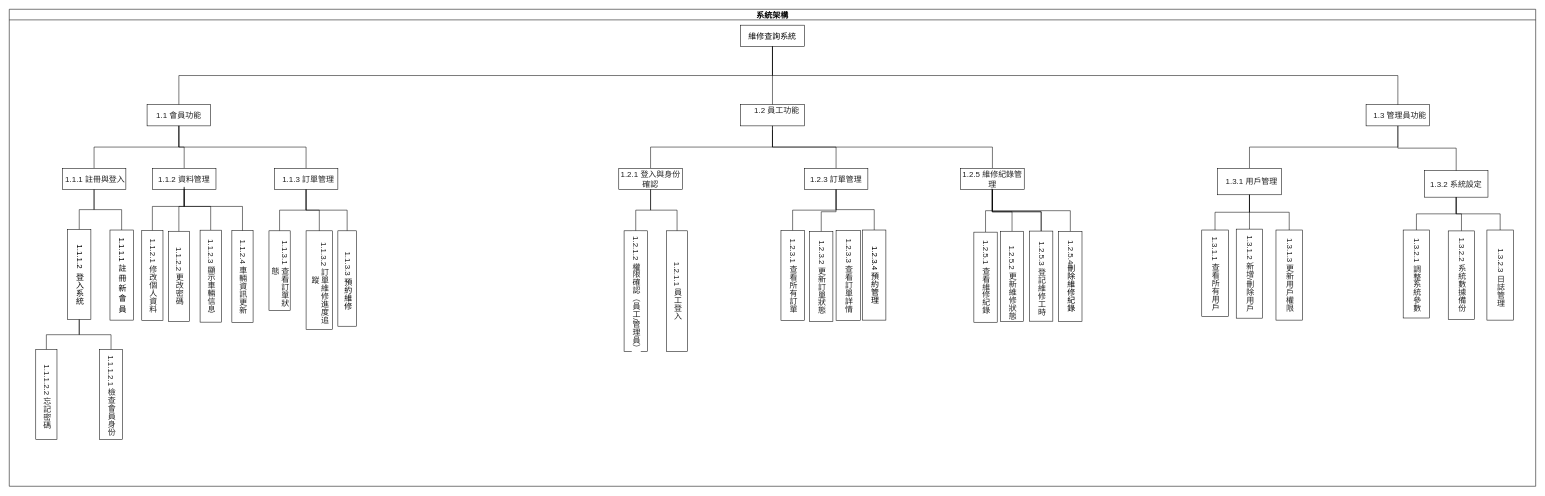
Above: 維修查詢系統架構圖.drawio in hak99101314/Maintenance-inquiry-system (draw.io), before the change. Source tidied: cells renumbered, new cells numbered last; positions are measured from the earlier drawing's top-left corner, leaving out a move shared by most shapes. Both pictures are drawn from the tidied source at 53%, with x=0, y=0 at pixel (9, 9).
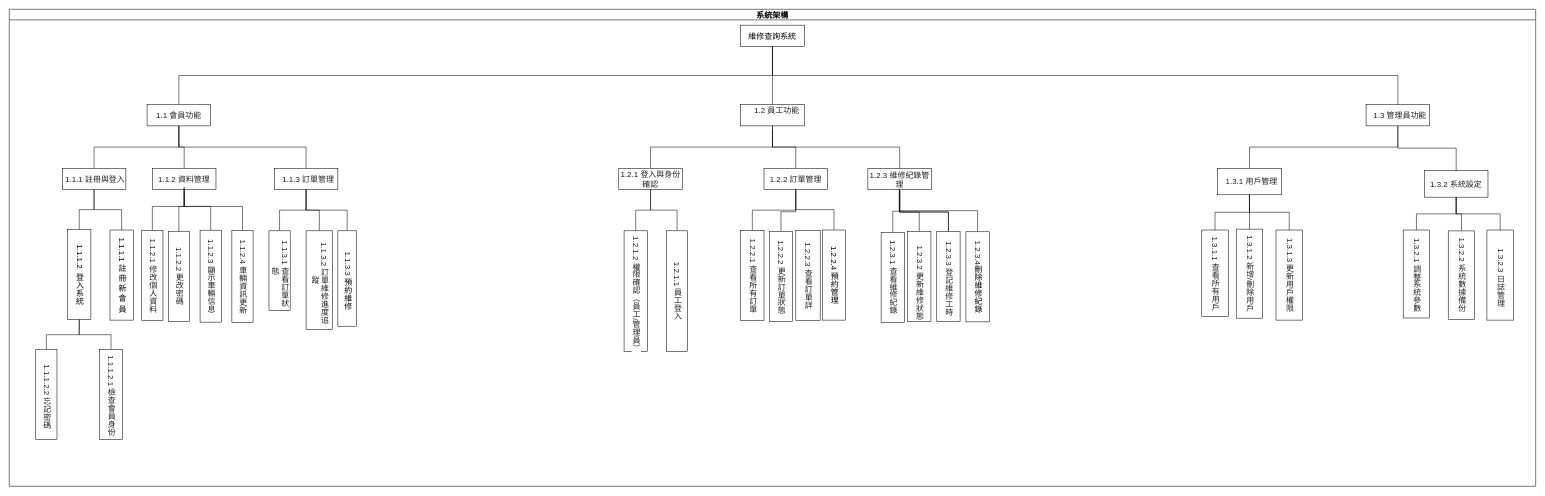
Above is the later version.

Commit message (it also covers changes not shown here):
更新維修查詢系統架構圖.drawio

The change refers to these unchanged cells:
```xml
<mxCell id="2" value="系統架構" style="swimlane;startSize=20;horizontal=1;containerType=tree;textShadow=0;fontSize=15;" parent="1" vertex="1">
  <mxGeometry width="2880" height="900" as="geometry" />
</mxCell>
```

What changed in the source:
```diff
@@
-    <mxCell id="31" value="&lt;span style=&quot;color: rgb(34, 34, 34); font-family: Arial, Helvetica, sans-serif; text-align: start; background-color: rgb(255, 255, 255);&quot;&gt;1.2.3 訂單管理&lt;/span&gt;" style="whiteSpace=wrap;html=1;newEdgeStyle={&quot;edgeStyle&quot;:&quot;elbowEdgeStyle&quot;,&quot;startArrow&quot;:&quot;none&quot;,&quot;endArrow&quot;:&quot;none&quot;};fontSize=15;" parent="2" vertex="1">
-      <mxGeometry x="1500" y="300" width="120" height="40" as="geometry" />
+    <mxCell id="31" value="&lt;span style=&quot;color: rgb(34, 34, 34); font-family: Arial, Helvetica, sans-serif; text-align: start; background-color: rgb(255, 255, 255);&quot;&gt;1.2.2 訂單管理&lt;/span&gt;" style="whiteSpace=wrap;html=1;newEdgeStyle={&quot;edgeStyle&quot;:&quot;elbowEdgeStyle&quot;,&quot;startArrow&quot;:&quot;none&quot;,&quot;endArrow&quot;:&quot;none&quot;};fontSize=15;" parent="2" vertex="1">
+      <mxGeometry x="1424" y="300" width="120" height="40" as="geometry" />
     </mxCell>
@@
-    <mxCell id="37" value="&lt;span style=&quot;color: rgb(34, 34, 34); font-family: Arial, Helvetica, sans-serif; text-align: start; background-color: rgb(255, 255, 255);&quot;&gt;1.2.3.1 查看所有訂單&lt;/span&gt;" style="whiteSpace=wrap;html=1;newEdgeStyle={&quot;edgeStyle&quot;:&quot;elbowEdgeStyle&quot;,&quot;startArrow&quot;:&quot;none&quot;,&quot;endArrow&quot;:&quot;none&quot;};textDirection=vertical-rl;fontSize=15;" parent="2" vertex="1">
-      <mxGeometry x="1456" y="417.5" width="44" height="170" as="geometry" />
+    <mxCell id="37" value="&lt;span style=&quot;color: rgb(34, 34, 34); font-family: Arial, Helvetica, sans-serif; text-align: start; background-color: rgb(255, 255, 255);&quot;&gt;1.2.2.1 查看所有訂單&lt;/span&gt;" style="whiteSpace=wrap;html=1;newEdgeStyle={&quot;edgeStyle&quot;:&quot;elbowEdgeStyle&quot;,&quot;startArrow&quot;:&quot;none&quot;,&quot;endArrow&quot;:&quot;none&quot;};textDirection=vertical-rl;fontSize=15;" parent="2" vertex="1">
+      <mxGeometry x="1380" y="417.5" width="44" height="170" as="geometry" />
     </mxCell>
     <mxCell id="38" style="edgeStyle=elbowEdgeStyle;rounded=0;jettySize=auto;html=1;elbow=vertical;startArrow=none;endArrow=none;entryX=0.5;entryY=0;entryDx=0;entryDy=0;exitX=0.5;exitY=1;exitDx=0;exitDy=0;fontSize=15;" parent="2" edge="1" source="31" target="39">
       <mxGeometry relative="1" as="geometry">
         <Array as="points">
-          <mxPoint x="1550" y="382" />
+          <mxPoint x="1474" y="382" />
         </Array>
       </mxGeometry>
     </mxCell>
-    <mxCell id="39" value="&lt;span style=&quot;color: rgb(34, 34, 34); font-family: Arial, Helvetica, sans-serif; text-align: start; background-color: rgb(255, 255, 255);&quot;&gt;&amp;nbsp;1.2.3.2 更新訂單狀態&lt;/span&gt;" style="whiteSpace=wrap;html=1;newEdgeStyle={&quot;edgeStyle&quot;:&quot;elbowEdgeStyle&quot;,&quot;startArrow&quot;:&quot;none&quot;,&quot;endArrow&quot;:&quot;none&quot;};textDirection=vertical-rl;fontSize=15;" parent="2" vertex="1">
-      <mxGeometry x="1510" y="419.2" width="44" height="170" as="geometry" />
+    <mxCell id="39" value="&lt;span style=&quot;color: rgb(34, 34, 34); font-family: Arial, Helvetica, sans-serif; text-align: start; background-color: rgb(255, 255, 255);&quot;&gt;&amp;nbsp;1.2.2.2 更新訂單狀態&lt;/span&gt;" style="whiteSpace=wrap;html=1;newEdgeStyle={&quot;edgeStyle&quot;:&quot;elbowEdgeStyle&quot;,&quot;startArrow&quot;:&quot;none&quot;,&quot;endArrow&quot;:&quot;none&quot;};textDirection=vertical-rl;fontSize=15;" parent="2" vertex="1">
+      <mxGeometry x="1434" y="419.2" width="44" height="170" as="geometry" />
     </mxCell>
-    <mxCell id="40" value="&lt;span style=&quot;color: rgb(34, 34, 34); font-family: Arial, Helvetica, sans-serif; text-align: start; background-color: rgb(255, 255, 255);&quot;&gt;1.2.3.3 查看訂單詳情&lt;/span&gt;" style="whiteSpace=wrap;html=1;newEdgeStyle={&quot;edgeStyle&quot;:&quot;elbowEdgeStyle&quot;,&quot;startArrow&quot;:&quot;none&quot;,&quot;endArrow&quot;:&quot;none&quot;};textDirection=vertical-rl;fontSize=15;" parent="2" vertex="1">
-      <mxGeometry x="1560" y="417.5" width="46" height="170" as="geometry" />
+    <mxCell id="40" value="&lt;span style=&quot;color: rgb(34, 34, 34); font-family: Arial, Helvetica, sans-serif; text-align: start; background-color: rgb(255, 255, 255);&quot;&gt;1.2.2.3 查看訂單詳&lt;/span&gt;" style="whiteSpace=wrap;html=1;newEdgeStyle={&quot;edgeStyle&quot;:&quot;elbowEdgeStyle&quot;,&quot;startArrow&quot;:&quot;none&quot;,&quot;endArrow&quot;:&quot;none&quot;};textDirection=vertical-rl;fontSize=15;" parent="2" vertex="1">
+      <mxGeometry x="1484" y="417.5" width="46" height="170" as="geometry" />
     </mxCell>
@@
-    <mxCell id="42" value="&lt;span style=&quot;color: rgb(34, 34, 34); font-family: Arial, Helvetica, sans-serif; text-align: start; background-color: rgb(255, 255, 255);&quot;&gt;1.2.5 維修紀錄管理&lt;/span&gt;" style="whiteSpace=wrap;html=1;newEdgeStyle={&quot;edgeStyle&quot;:&quot;elbowEdgeStyle&quot;,&quot;startArrow&quot;:&quot;none&quot;,&quot;endArrow&quot;:&quot;none&quot;};fontSize=15;" parent="2" vertex="1">
-      <mxGeometry x="1795" y="300" width="120" height="40" as="geometry" />
+    <mxCell id="42" value="&lt;span style=&quot;color: rgb(34, 34, 34); font-family: Arial, Helvetica, sans-serif; text-align: start; background-color: rgb(255, 255, 255);&quot;&gt;1.2.3 維修紀錄管理&lt;/span&gt;" style="whiteSpace=wrap;html=1;newEdgeStyle={&quot;edgeStyle&quot;:&quot;elbowEdgeStyle&quot;,&quot;startArrow&quot;:&quot;none&quot;,&quot;endArrow&quot;:&quot;none&quot;};fontSize=15;" parent="2" vertex="1">
+      <mxGeometry x="1620" y="300.5" width="120" height="40" as="geometry" />
     </mxCell>
@@
-    <mxCell id="44" value="&lt;span style=&quot;color: rgb(34, 34, 34); font-family: Arial, Helvetica, sans-serif; text-align: start; background-color: rgb(255, 255, 255);&quot;&gt;1.2.5.1 查看維修紀錄&lt;/span&gt;" style="whiteSpace=wrap;html=1;newEdgeStyle={&quot;edgeStyle&quot;:&quot;elbowEdgeStyle&quot;,&quot;startArrow&quot;:&quot;none&quot;,&quot;endArrow&quot;:&quot;none&quot;};textDirection=vertical-rl;fontSize=15;" parent="2" vertex="1">
-      <mxGeometry x="1820" y="420.5" width="44" height="170" as="geometry" />
+    <mxCell id="44" value="&lt;span style=&quot;color: rgb(34, 34, 34); font-family: Arial, Helvetica, sans-serif; text-align: start; background-color: rgb(255, 255, 255);&quot;&gt;1.2.3.1 查看維修紀錄&lt;/span&gt;" style="whiteSpace=wrap;html=1;newEdgeStyle={&quot;edgeStyle&quot;:&quot;elbowEdgeStyle&quot;,&quot;startArrow&quot;:&quot;none&quot;,&quot;endArrow&quot;:&quot;none&quot;};textDirection=vertical-rl;fontSize=15;" parent="2" vertex="1">
+      <mxGeometry x="1645" y="421" width="44" height="170" as="geometry" />
     </mxCell>
     <mxCell id="45" style="edgeStyle=elbowEdgeStyle;rounded=0;jettySize=auto;html=1;elbow=vertical;startArrow=none;endArrow=none;exitX=0.493;exitY=0.956;exitDx=0;exitDy=0;exitPerimeter=0;entryX=0.5;entryY=0;entryDx=0;entryDy=0;fontSize=15;" parent="2" edge="1" source="42" target="46">
       <mxGeometry relative="1" as="geometry">
         <Array as="points">
-          <mxPoint x="1870" y="382" />
+          <mxPoint x="1695" y="382.5" />
         </Array>
       </mxGeometry>
     </mxCell>
-    <mxCell id="46" value="&lt;span style=&quot;color: rgb(34, 34, 34); font-family: Arial, Helvetica, sans-serif; text-align: start; background-color: rgb(255, 255, 255);&quot;&gt;&amp;nbsp; &amp;nbsp; &amp;nbsp; 1.2.5.2 更新維修狀態&lt;/span&gt;" style="whiteSpace=wrap;html=1;newEdgeStyle={&quot;edgeStyle&quot;:&quot;elbowEdgeStyle&quot;,&quot;startArrow&quot;:&quot;none&quot;,&quot;endArrow&quot;:&quot;none&quot;};textDirection=vertical-rl;fontSize=15;" parent="2" vertex="1">
-      <mxGeometry x="1870" y="418.8" width="44" height="170" as="geometry" />
+    <mxCell id="46" value="&lt;span style=&quot;color: rgb(34, 34, 34); font-family: Arial, Helvetica, sans-serif; text-align: start; background-color: rgb(255, 255, 255);&quot;&gt;&amp;nbsp; &amp;nbsp; &amp;nbsp; 1.2.3.2 更新維修狀態&lt;/span&gt;" style="whiteSpace=wrap;html=1;newEdgeStyle={&quot;edgeStyle&quot;:&quot;elbowEdgeStyle&quot;,&quot;startArrow&quot;:&quot;none&quot;,&quot;endArrow&quot;:&quot;none&quot;};textDirection=vertical-rl;fontSize=15;" parent="2" vertex="1">
+      <mxGeometry x="1695" y="419.2" width="44" height="170" as="geometry" />
     </mxCell>
     <mxCell id="47" style="edgeStyle=elbowEdgeStyle;rounded=0;jettySize=auto;html=1;elbow=vertical;startArrow=none;endArrow=none;exitX=0.5;exitY=1;exitDx=0;exitDy=0;fontSize=15;" parent="2" edge="1" source="42" target="48">
       <mxGeometry relative="1" as="geometry">
         <Array as="points">
-          <mxPoint x="1900" y="382" />
+          <mxPoint x="1725" y="382.5" />
         </Array>
       </mxGeometry>
     </mxCell>
-    <mxCell id="48" value="&lt;span style=&quot;color: rgb(34, 34, 34); font-family: Arial, Helvetica, sans-serif; text-align: start; background-color: rgb(255, 255, 255);&quot;&gt;&amp;nbsp; 1.2.5.3 登記維修工時&lt;/span&gt;" style="whiteSpace=wrap;html=1;newEdgeStyle={&quot;edgeStyle&quot;:&quot;elbowEdgeStyle&quot;,&quot;startArrow&quot;:&quot;none&quot;,&quot;endArrow&quot;:&quot;none&quot;};textDirection=vertical-rl;fontSize=15;" parent="2" vertex="1">
-      <mxGeometry x="1925" y="418.5" width="44" height="170" as="geometry" />
+    <mxCell id="48" value="&lt;span style=&quot;color: rgb(34, 34, 34); font-family: Arial, Helvetica, sans-serif; text-align: start; background-color: rgb(255, 255, 255);&quot;&gt;&amp;nbsp; 1.2.3.3 登記維修工時&lt;/span&gt;" style="whiteSpace=wrap;html=1;newEdgeStyle={&quot;edgeStyle&quot;:&quot;elbowEdgeStyle&quot;,&quot;startArrow&quot;:&quot;none&quot;,&quot;endArrow&quot;:&quot;none&quot;};textDirection=vertical-rl;fontSize=15;" parent="2" vertex="1">
+      <mxGeometry x="1750" y="419" width="44" height="170" as="geometry" />
     </mxCell>
@@
-    <mxCell id="70" value="&lt;span style=&quot;color: rgb(34, 34, 34); font-family: Arial, Helvetica, sans-serif; text-align: start; background-color: rgb(255, 255, 255);&quot;&gt;1.2.5.4&lt;/span&gt;刪除維修紀錄" style="whiteSpace=wrap;html=1;newEdgeStyle={&quot;edgeStyle&quot;:&quot;elbowEdgeStyle&quot;,&quot;startArrow&quot;:&quot;none&quot;,&quot;endArrow&quot;:&quot;none&quot;};textDirection=vertical-rl;fontSize=15;" parent="2" vertex="1">
-      <mxGeometry x="1980" y="419.2" width="44" height="170" as="geometry" />
+    <mxCell id="70" value="&lt;span style=&quot;color: rgb(34, 34, 34); font-family: Arial, Helvetica, sans-serif; text-align: start; background-color: rgb(255, 255, 255);&quot;&gt;1.2.3.4&lt;/span&gt;刪除維修紀錄" style="whiteSpace=wrap;html=1;newEdgeStyle={&quot;edgeStyle&quot;:&quot;elbowEdgeStyle&quot;,&quot;startArrow&quot;:&quot;none&quot;,&quot;endArrow&quot;:&quot;none&quot;};textDirection=vertical-rl;fontSize=15;" parent="2" vertex="1">
+      <mxGeometry x="1805" y="419.8" width="44" height="170" as="geometry" />
     </mxCell>
@@
-    <mxCell id="74" value="1.2.3.4 預約管理" style="whiteSpace=wrap;html=1;newEdgeStyle={&quot;edgeStyle&quot;:&quot;elbowEdgeStyle&quot;,&quot;startArrow&quot;:&quot;none&quot;,&quot;endArrow&quot;:&quot;none&quot;};textDirection=vertical-rl;fontSize=15;" parent="2" vertex="1">
-      <mxGeometry x="1610" y="416.5" width="44" height="170" as="geometry" />
+    <mxCell id="74" value="1.2.2.4 預約管理" style="whiteSpace=wrap;html=1;newEdgeStyle={&quot;edgeStyle&quot;:&quot;elbowEdgeStyle&quot;,&quot;startArrow&quot;:&quot;none&quot;,&quot;endArrow&quot;:&quot;none&quot;};textDirection=vertical-rl;fontSize=15;" parent="2" vertex="1">
+      <mxGeometry x="1534" y="416.5" width="44" height="170" as="geometry" />
     </mxCell>
@@
     <mxCell id="79" style="edgeStyle=elbowEdgeStyle;rounded=0;jettySize=auto;html=1;elbow=vertical;startArrow=none;endArrow=none;exitX=0.5;exitY=1;exitDx=0;exitDy=0;fontSize=15;" parent="2" edge="1" source="42" target="48">
       <mxGeometry relative="1" as="geometry">
         <Array as="points">
-          <mxPoint x="1900" y="382" />
+          <mxPoint x="1725" y="382.5" />
         </Array>
       </mxGeometry>
     </mxCell>
```
